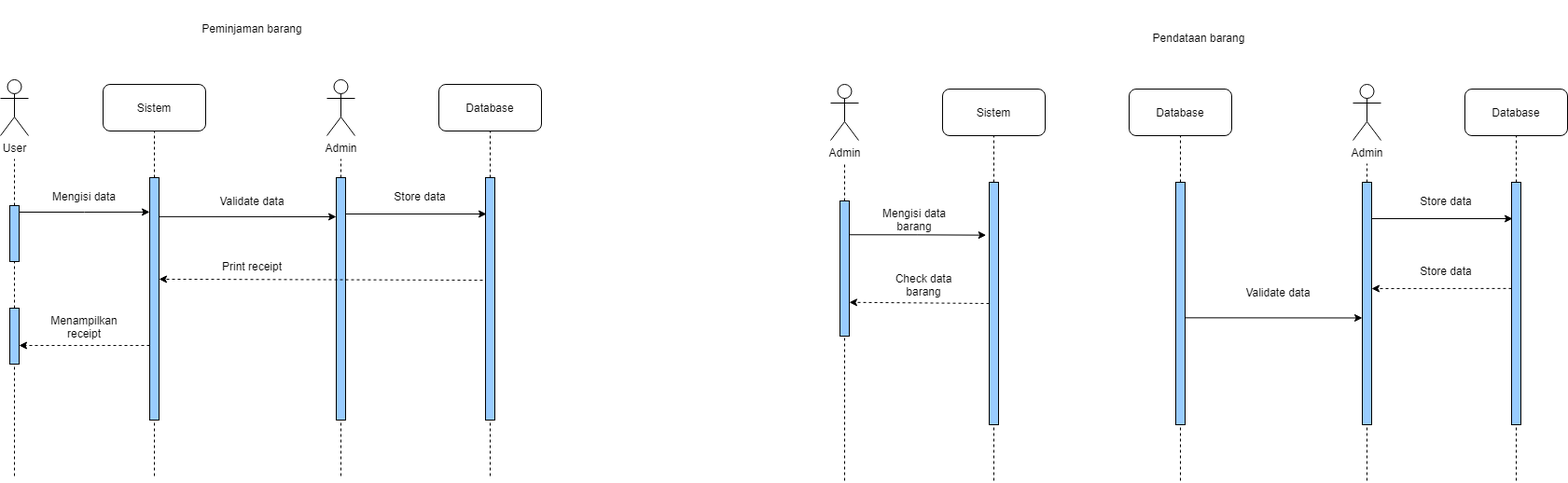
johannfac/aplikasipeminjamanaset keeps this draw.io diagram as diagrams/Sequence Diagram.drawio.png. Above is the earlier version. Source tidied: cells renumbered, new cells last; positions are measured from the earlier drawing's top-left corner, leaving out a move shared by most shapes.
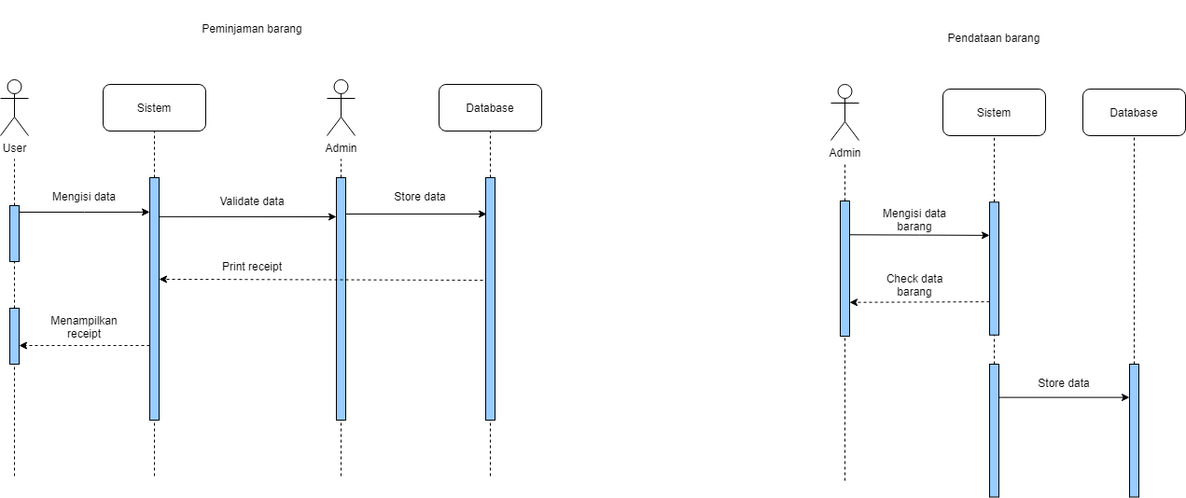
The same diagram one commit later.

Diff of the diagram source:
```diff
@@ -6,7 +6,7 @@
       <mxGeometry x="160" width="220" height="60" as="geometry" />
     </mxCell>
     <mxCell id="3" value="Pendataan barang" style="text;html=1;strokeColor=none;fillColor=none;align=center;verticalAlign=middle;whiteSpace=wrap;rounded=0;" parent="1" vertex="1">
-      <mxGeometry x="1170" y="10" width="230" height="60" as="geometry" />
+      <mxGeometry x="950" y="10" width="230" height="60" as="geometry" />
     </mxCell>
     <mxCell id="4" value="Sistem" style="rounded=1;whiteSpace=wrap;html=1;" parent="1" vertex="1">
       <mxGeometry x="110" y="90" width="110" height="50" as="geometry" />
@@ -102,14 +102,11 @@
       </mxGeometry>
     </mxCell>
     <mxCell id="29" value="Database" style="rounded=1;whiteSpace=wrap;html=1;" parent="1" vertex="1">
-      <mxGeometry x="1210" y="95" width="110" height="50" as="geometry" />
+      <mxGeometry x="1160" y="95" width="110" height="50" as="geometry" />
     </mxCell>
     <mxCell id="30" value="Print receipt" style="text;html=1;strokeColor=none;fillColor=none;align=center;verticalAlign=middle;whiteSpace=wrap;rounded=0;" parent="1" vertex="1">
       <mxGeometry x="220" y="270" width="100" height="30" as="geometry" />
     </mxCell>
-    <mxCell id="31" value="Database" style="rounded=1;whiteSpace=wrap;html=1;" parent="1" vertex="1">
-      <mxGeometry x="1570" y="95" width="110" height="50" as="geometry" />
-    </mxCell>
     <mxCell id="32" style="endArrow=classic;html=1;rounded=0;exitX=-0.3;exitY=0.423;exitDx=0;exitDy=0;exitPerimeter=0;dashed=1;entryX=1;entryY=0.419;entryDx=0;entryDy=0;entryPerimeter=0;" parent="1" edge="1" source="12" target="17">
       <mxGeometry relative="1" as="geometry" />
     </mxCell>
@@ -119,9 +116,6 @@
     <mxCell id="34" value="Menampilkan receipt" style="text;html=1;strokeColor=none;fillColor=none;align=center;verticalAlign=middle;whiteSpace=wrap;rounded=0;" parent="1" vertex="1">
       <mxGeometry x="40" y="330" width="100" height="40" as="geometry" />
     </mxCell>
-    <mxCell id="35" value="Admin" style="shape=umlActor;verticalLabelPosition=bottom;verticalAlign=top;html=1;" parent="1" vertex="1">
-      <mxGeometry x="1450" y="90" width="30" height="60" as="geometry" />
-    </mxCell>
     <mxCell id="36" style="endArrow=classic;html=1;rounded=0;dashed=1;" parent="1" edge="1">
       <mxGeometry relative="1" as="geometry">
         <mxPoint x="160" y="370" as="sourcePoint" />
@@ -140,28 +134,12 @@
         </Array>
       </mxGeometry>
     </mxCell>
-    <mxCell id="39" style="endArrow=none;dashed=1;html=1;rounded=0;entryX=0.5;entryY=1;entryDx=0;entryDy=0;startArrow=none;" parent="1" edge="1" source="49">
+    <mxCell id="39" style="endArrow=none;dashed=1;html=1;rounded=0;entryX=0.5;entryY=1;entryDx=0;entryDy=0;startArrow=none;" parent="1" edge="1" source="67">
       <mxGeometry relative="1" as="geometry">
-        <mxPoint x="1265" y="145" as="targetPoint" />
+        <mxPoint x="1215" y="145" as="targetPoint" />
       </mxGeometry>
     </mxCell>
-    <mxCell id="40" style="endArrow=none;dashed=1;html=1;rounded=0;startArrow=none;" parent="1" edge="1" source="51">
-      <mxGeometry relative="1" as="geometry">
-        <mxPoint x="1465" y="175" as="targetPoint" />
-      </mxGeometry>
-    </mxCell>
-    <mxCell id="41" style="endArrow=none;dashed=1;html=1;rounded=0;entryX=0.5;entryY=1;entryDx=0;entryDy=0;startArrow=none;" parent="1" edge="1" source="42" target="31">
-      <mxGeometry relative="1" as="geometry" />
-    </mxCell>
-    <mxCell id="42" style="rounded=0;whiteSpace=wrap;html=1;fillColor=#99CCFF;" parent="1" vertex="1">
-      <mxGeometry x="1620" y="195" width="10" height="260" as="geometry" />
-    </mxCell>
-    <mxCell id="43" style="endArrow=none;dashed=1;html=1;rounded=0;entryX=0.5;entryY=1;entryDx=0;entryDy=0;" parent="1" edge="1" target="42">
-      <mxGeometry relative="1" as="geometry">
-        <mxPoint x="1625" y="515" as="sourcePoint" />
-      </mxGeometry>
-    </mxCell>
-    <mxCell id="44" style="edgeStyle=orthogonalEdgeStyle;rounded=0;jettySize=auto;html=1;exitX=1;exitY=0.25;exitDx=0;exitDy=0;entryX=-0.329;entryY=0.218;entryDx=0;entryDy=0;entryPerimeter=0;" parent="1" edge="1" source="45" target="47">
+    <mxCell id="44" style="edgeStyle=orthogonalEdgeStyle;rounded=0;jettySize=auto;html=1;exitX=1;exitY=0.25;exitDx=0;exitDy=0;entryX=0;entryY=0.25;entryDx=0;entryDy=0;" parent="1" edge="1" source="45" target="47">
       <mxGeometry relative="1" as="geometry" />
     </mxCell>
     <mxCell id="45" style="rounded=0;whiteSpace=wrap;html=1;fillColor=#99CCFF;" parent="1" vertex="1">
@@ -173,63 +151,41 @@
       </mxGeometry>
     </mxCell>
     <mxCell id="47" style="rounded=0;whiteSpace=wrap;html=1;fillColor=#99CCFF;" parent="1" vertex="1">
-      <mxGeometry x="1060" y="195" width="10" height="260" as="geometry" />
+      <mxGeometry x="1060" y="216.2" width="10" height="142.5" as="geometry" />
     </mxCell>
-    <mxCell id="48" style="endArrow=none;dashed=1;html=1;rounded=0;entryX=0.5;entryY=1;entryDx=0;entryDy=0;" parent="1" edge="1" target="47">
+    <mxCell id="48" style="endArrow=none;dashed=1;html=1;rounded=0;entryX=0.5;entryY=1;entryDx=0;entryDy=0;" parent="1" edge="1" source="66" target="47">
       <mxGeometry relative="1" as="geometry">
-        <mxPoint x="1065" y="515" as="sourcePoint" />
+        <Array as="points">
+          <mxPoint x="1065" y="390" />
+        </Array>
       </mxGeometry>
     </mxCell>
-    <mxCell id="49" style="rounded=0;whiteSpace=wrap;html=1;fillColor=#99CCFF;" parent="1" vertex="1">
-      <mxGeometry x="1260" y="195" width="10" height="260" as="geometry" />
-    </mxCell>
-    <mxCell id="50" style="endArrow=none;dashed=1;html=1;rounded=0;entryX=0.5;entryY=1;entryDx=0;entryDy=0;" parent="1" edge="1" target="49">
-      <mxGeometry relative="1" as="geometry">
-        <mxPoint x="1265" y="515" as="sourcePoint" />
-      </mxGeometry>
-    </mxCell>
-    <mxCell id="51" style="rounded=0;whiteSpace=wrap;html=1;fillColor=#99CCFF;" parent="1" vertex="1">
-      <mxGeometry x="1460" y="195" width="10" height="260" as="geometry" />
-    </mxCell>
-    <mxCell id="52" style="endArrow=none;dashed=1;html=1;rounded=0;entryX=0.5;entryY=1;entryDx=0;entryDy=0;" parent="1" edge="1" target="51">
-      <mxGeometry relative="1" as="geometry">
-        <mxPoint x="1465" y="515" as="sourcePoint" />
-      </mxGeometry>
-    </mxCell>
     <mxCell id="53" value="Mengisi data barang" style="text;html=1;strokeColor=none;fillColor=none;align=center;verticalAlign=middle;whiteSpace=wrap;rounded=0;" parent="1" vertex="1">
       <mxGeometry x="930" y="225" width="100" height="20" as="geometry" />
     </mxCell>
     <mxCell id="54" value="Check data barang" style="text;html=1;strokeColor=none;fillColor=none;align=center;verticalAlign=middle;whiteSpace=wrap;rounded=0;" parent="1" vertex="1">
-      <mxGeometry x="940" y="290" width="100" height="30" as="geometry" />
+      <mxGeometry x="930" y="290" width="100" height="30" as="geometry" />
     </mxCell>
-    <mxCell id="55" style="endArrow=classic;html=1;rounded=0;entryX=1;entryY=0.75;entryDx=0;entryDy=0;dashed=1;exitX=0;exitY=0.5;exitDx=0;exitDy=0;" parent="1" edge="1" source="47" target="45">
+    <mxCell id="55" style="endArrow=classic;html=1;rounded=0;entryX=1;entryY=0.75;entryDx=0;entryDy=0;dashed=1;exitX=0;exitY=0.75;exitDx=0;exitDy=0;" parent="1" edge="1" source="47" target="45">
       <mxGeometry relative="1" as="geometry" />
     </mxCell>
-    <mxCell id="56" style="endArrow=classic;html=1;rounded=0;exitX=1;exitY=0.161;exitDx=0;exitDy=0;exitPerimeter=0;" parent="1" edge="1">
-      <mxGeometry relative="1" as="geometry">
-        <mxPoint x="1270" y="340.3" as="sourcePoint" />
-        <mxPoint x="1460" y="340.5" as="targetPoint" />
-      </mxGeometry>
-    </mxCell>
-    <mxCell id="57" value="Store data" style="text;html=1;strokeColor=none;fillColor=none;align=center;verticalAlign=middle;whiteSpace=wrap;rounded=0;" parent="1" vertex="1">
-      <mxGeometry x="1500" y="200" width="100" height="30" as="geometry" />
-    </mxCell>
-    <mxCell id="58" value="Validate data" style="text;html=1;strokeColor=none;fillColor=none;align=center;verticalAlign=middle;whiteSpace=wrap;rounded=0;" parent="1" vertex="1">
-      <mxGeometry x="1320" y="298.5" width="100" height="30" as="geometry" />
-    </mxCell>
-    <mxCell id="59" style="endArrow=classic;html=1;rounded=0;entryX=0.1;entryY=0.15;entryDx=0;entryDy=0;entryPerimeter=0;exitX=1;exitY=0.15;exitDx=0;exitDy=0;exitPerimeter=0;" parent="1" edge="1" source="51" target="42">
-      <mxGeometry relative="1" as="geometry" />
-    </mxCell>
-    <mxCell id="60" style="endArrow=classic;html=1;rounded=0;exitX=0;exitY=0.438;exitDx=0;exitDy=0;exitPerimeter=0;dashed=1;" parent="1" edge="1" source="42">
-      <mxGeometry relative="1" as="geometry">
-        <mxPoint x="1470" y="309" as="targetPoint" />
-      </mxGeometry>
-    </mxCell>
-    <mxCell id="61" value="Store data" style="text;html=1;strokeColor=none;fillColor=none;align=center;verticalAlign=middle;whiteSpace=wrap;rounded=0;" parent="1" vertex="1">
-      <mxGeometry x="1500" y="275" width="100" height="30" as="geometry" />
-    </mxCell>
     <mxCell id="62" style="edgeStyle=orthogonalEdgeStyle;rounded=0;orthogonalLoop=1;jettySize=auto;html=1;exitX=0.5;exitY=1;exitDx=0;exitDy=0;dashed=1;" parent="1" edge="1" source="53" target="53">
       <mxGeometry relative="1" as="geometry" />
     </mxCell>
+    <mxCell id="63" style="edgeStyle=orthogonalEdgeStyle;rounded=0;jettySize=auto;html=1;exitX=1;exitY=0.25;exitDx=0;exitDy=0;entryX=0;entryY=0.25;entryDx=0;entryDy=0;" parent="1" edge="1" source="66" target="67">
+      <mxGeometry relative="1" as="geometry" />
+    </mxCell>
+    <mxCell id="64" value="Store data" style="text;html=1;strokeColor=none;fillColor=none;align=center;verticalAlign=middle;whiteSpace=wrap;rounded=0;" parent="1" vertex="1">
+      <mxGeometry x="1090" y="400" width="100" height="20" as="geometry" />
+    </mxCell>
+    <mxCell id="65" style="edgeStyle=orthogonalEdgeStyle;rounded=0;orthogonalLoop=1;jettySize=auto;html=1;exitX=0.5;exitY=1;exitDx=0;exitDy=0;dashed=1;" parent="1" edge="1" source="64" target="64">
+      <mxGeometry relative="1" as="geometry" />
+    </mxCell>
+    <mxCell id="66" style="rounded=0;whiteSpace=wrap;html=1;fillColor=#99CCFF;" parent="1" vertex="1">
+      <mxGeometry x="1060" y="390" width="10" height="142.5" as="geometry" />
+    </mxCell>
+    <mxCell id="67" style="rounded=0;whiteSpace=wrap;html=1;fillColor=#99CCFF;" parent="1" vertex="1">
+      <mxGeometry x="1210" y="390" width="10" height="142.5" as="geometry" />
+    </mxCell>
   </root>
 </mxGraphModel>
```
